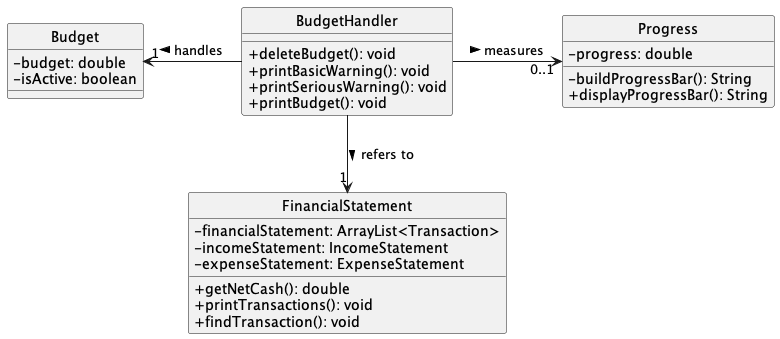
Before: docs/images/budgetHandler_classDiagram.png, a diagram exported from PlantUML (nus-cs2113-AY2324S1/tp). The source it was exported from:
```plantuml
@startuml

skinparam Style strictuml
skinparam classAttributeIconSize 0

class           BudgetHandler
class           Budget
class           Progress
class           FinancialStatement
BudgetHandler -l-> "1" Budget : handles >
BudgetHandler -r-> "0..1" Progress : measures >
BudgetHandler --> "1" FinancialStatement : refers to >

class BudgetHandler {
    +deleteBudget(): void
    +printBasicWarning(): void
    +printSeriousWarning(): void
    +printBudget(): void
}

class Budget {
    -budget: double
    -isActive: boolean
}

class Progress {
    -progress: double
    -buildProgressBar(): String
    +displayProgressBar(): String
}

class FinancialStatement {
    -financialStatement: ArrayList<Transaction>
    -incomeStatement: IncomeStatement
    -expenseStatement: ExpenseStatement
    +getNetCash(): double
    +printTransactions(): void
    +findTransaction(): void
}
@enduml
```
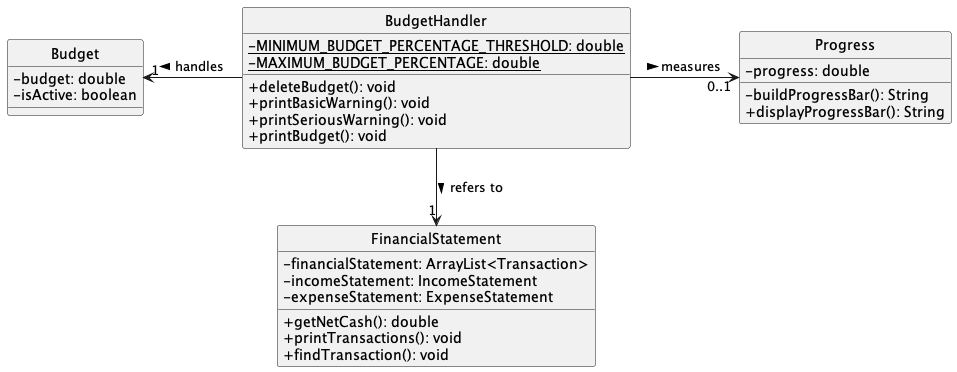
The same file after the commit.

Commit message:
Update budgetHandler_classDiagram

Change to the diagram source:
```diff
@@ -12,6 +12,8 @@
 BudgetHandler --> "1" FinancialStatement : refers to >
 
 class BudgetHandler {
+    -{static} MINIMUM_BUDGET_PERCENTAGE_THRESHOLD: double
+    -{static} MAXIMUM_BUDGET_PERCENTAGE: double
     +deleteBudget(): void
     +printBasicWarning(): void
     +printSeriousWarning(): void
```
